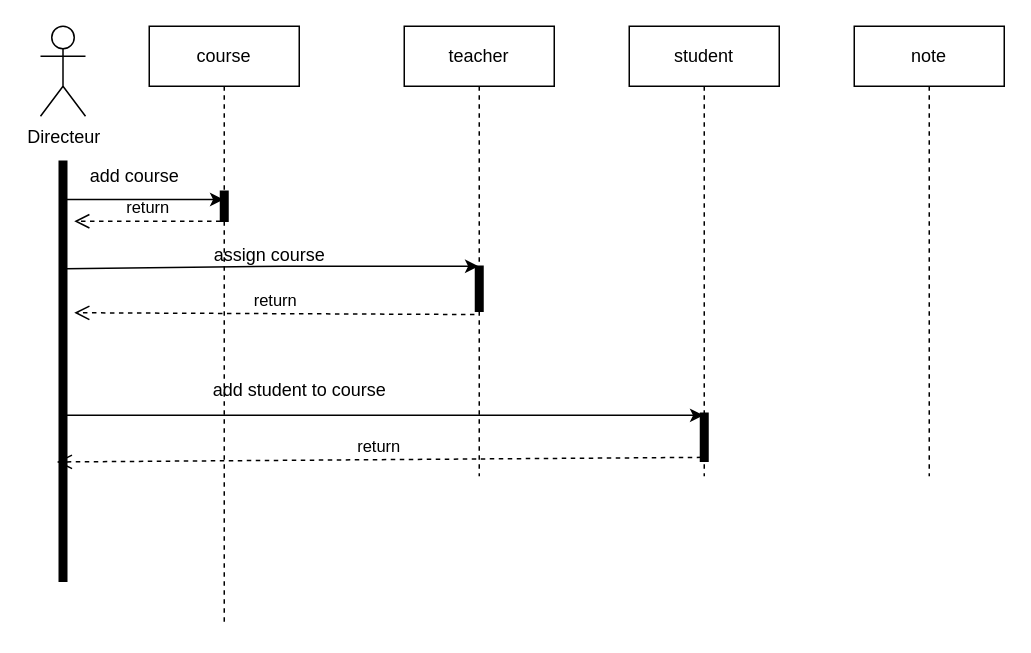
Above: diagramme(s) de séquences (de certains cas d'utilisation).drawio in johandeschamps/gestion_ecole (draw.io), before the change. Source tidied: cells renumbered, new cells numbered last; positions are measured from the earlier drawing's top-left corner, leaving out a move shared by most shapes. Both pictures are drawn from the tidied source at 150%, with x=0, y=0 at pixel (40, 26).
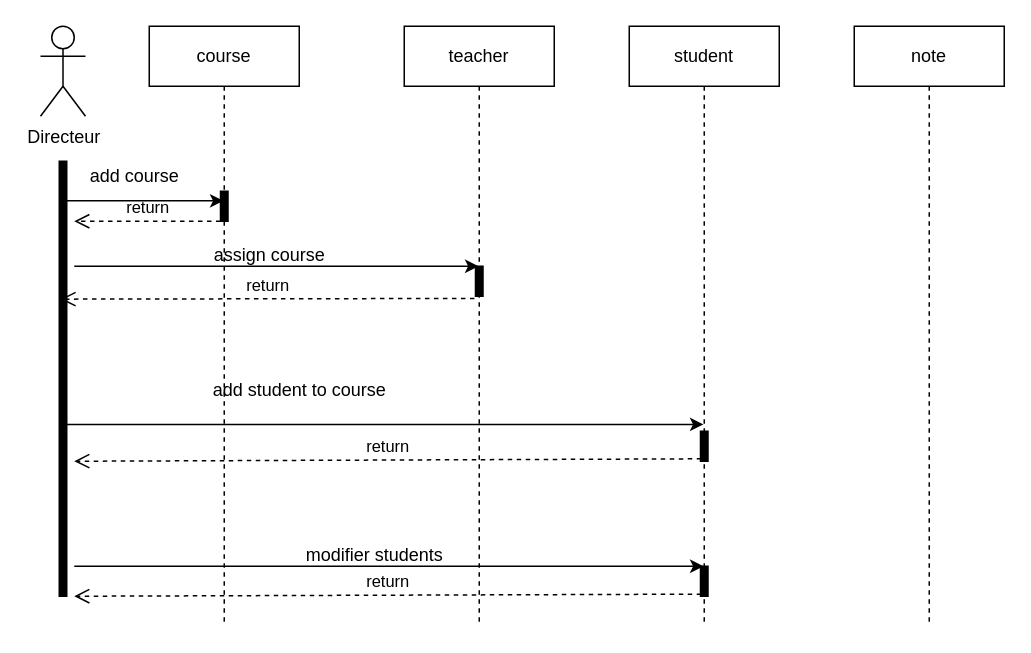
After the change.

Commit message:
Mettre à jour diagramme(s) de séquences (de certains cas d'utilisation).drawio

Change to the diagram source:
```diff
@@
     <mxCell id="4" value="teacher" style="shape=umlLifeline;perimeter=lifelinePerimeter;whiteSpace=wrap;html=1;outlineConnect=0;portConstraint=eastwest;newEdgeStyle={&quot;edgeStyle&quot;:&quot;elbowEdgeStyle&quot;,&quot;elbow&quot;:&quot;vertical&quot;,&quot;curved&quot;:0,&quot;rounded&quot;:0};" parent="1" vertex="1">
-      <mxGeometry x="242" width="100" height="300" as="geometry" />
+      <mxGeometry x="242" width="100" height="400" as="geometry" />
     </mxCell>
     <mxCell id="5" value="student" style="shape=umlLifeline;perimeter=lifelinePerimeter;whiteSpace=wrap;html=1;outlineConnect=0;portConstraint=eastwest;newEdgeStyle={&quot;edgeStyle&quot;:&quot;elbowEdgeStyle&quot;,&quot;elbow&quot;:&quot;vertical&quot;,&quot;curved&quot;:0,&quot;rounded&quot;:0};" parent="1" vertex="1">
-      <mxGeometry x="392" width="100" height="300" as="geometry" />
+      <mxGeometry x="392" width="100" height="400" as="geometry" />
     </mxCell>
     <mxCell id="6" value="note" style="shape=umlLifeline;perimeter=lifelinePerimeter;whiteSpace=wrap;html=1;newEdgeStyle={&quot;edgeStyle&quot;:&quot;elbowEdgeStyle&quot;,&quot;elbow&quot;:&quot;vertical&quot;,&quot;curved&quot;:0,&quot;rounded&quot;:0};" parent="1" vertex="1">
-      <mxGeometry x="542" width="100" height="300" as="geometry" />
+      <mxGeometry x="542" width="100" height="400" as="geometry" />
     </mxCell>
     <mxCell id="7" style="html=1;points=[];perimeter=orthogonalPerimeter;fillColor=strokeColor;" parent="1" vertex="1">
-      <mxGeometry x="12" y="90" width="5" height="280" as="geometry" />
+      <mxGeometry x="12" y="90" width="5" height="290" as="geometry" />
     </mxCell>
@@
-    <mxCell id="10" style="endArrow=classic;html=1;rounded=0;exitX=0.8;exitY=0.256;exitDx=0;exitDy=0;exitPerimeter=0;" parent="1" edge="1" source="7" target="4">
+    <mxCell id="10" style="endArrow=classic;html=1;rounded=0;" parent="1" edge="1" target="4">
       <mxGeometry relative="1" as="geometry">
+        <mxPoint x="22" y="160" as="sourcePoint" />
         <Array as="points">
           <mxPoint x="162" y="160" />
         </Array>
       </mxGeometry>
     </mxCell>
@@
     <mxCell id="12" style="html=1;points=[];perimeter=orthogonalPerimeter;fillColor=strokeColor;align=left;verticalAlign=top;spacingLeft=10;" parent="1" vertex="1">
-      <mxGeometry x="289.5" y="160" width="5" height="30" as="geometry" />
+      <mxGeometry x="289.5" y="160" width="5" height="20" as="geometry" />
     </mxCell>
@@
-    <mxCell id="14" value="return" style="endArrow=open;startArrow=none;endFill=0;startFill=0;endSize=8;html=1;verticalAlign=bottom;dashed=1;labelBackgroundColor=none;rounded=0;exitX=-0.14;exitY=1.073;exitDx=0;exitDy=0;exitPerimeter=0;" parent="1" edge="1" source="12">
-      <mxGeometry relative="1" as="geometry">
-        <mxPoint x="22" y="191" as="targetPoint" />
-      </mxGeometry>
+    <mxCell id="14" value="return" style="endArrow=open;startArrow=none;endFill=0;startFill=0;endSize=8;html=1;verticalAlign=bottom;dashed=1;labelBackgroundColor=none;rounded=0;exitX=-0.14;exitY=1.073;exitDx=0;exitDy=0;exitPerimeter=0;entryX=0.16;entryY=0.317;entryDx=0;entryDy=0;entryPerimeter=0;" parent="1" edge="1" source="12" target="7">
+      <mxGeometry relative="1" as="geometry" />
     </mxCell>
@@
     <mxCell id="19" style="html=1;points=[];perimeter=orthogonalPerimeter;fillColor=strokeColor;" parent="1" vertex="1">
-      <mxGeometry x="439.5" y="258" width="5" height="32" as="geometry" />
+      <mxGeometry x="439.5" y="270" width="5" height="20" as="geometry" />
     </mxCell>
-    <mxCell id="20" value="return" style="endArrow=open;startArrow=none;endFill=0;startFill=0;endSize=8;html=1;verticalAlign=bottom;dashed=1;labelBackgroundColor=none;rounded=0;entryX=-0.32;entryY=0.716;entryDx=0;entryDy=0;entryPerimeter=0;exitX=0.1;exitY=0.919;exitDx=0;exitDy=0;exitPerimeter=0;" parent="1" edge="1" source="19" target="7">
-      <mxGeometry relative="1" as="geometry" />
+    <mxCell id="20" value="return" style="endArrow=open;startArrow=none;endFill=0;startFill=0;endSize=8;html=1;verticalAlign=bottom;dashed=1;labelBackgroundColor=none;rounded=0;exitX=0.1;exitY=0.919;exitDx=0;exitDy=0;exitPerimeter=0;" parent="1" edge="1" source="19">
+      <mxGeometry relative="1" as="geometry">
+        <mxPoint x="22" y="290" as="targetPoint" />
+      </mxGeometry>
     </mxCell>
+    <mxCell id="21" style="endArrow=classic;html=1;rounded=0;" parent="1" edge="1" target="5">
+      <mxGeometry relative="1" as="geometry">
+        <mxPoint x="22" y="360" as="sourcePoint" />
+      </mxGeometry>
+    </mxCell>
+    <mxCell id="22" style="html=1;points=[];perimeter=orthogonalPerimeter;fillColor=strokeColor;" parent="1" vertex="1">
+      <mxGeometry x="439.5" y="360" width="5" height="20" as="geometry" />
+    </mxCell>
+    <mxCell id="23" value="return" style="endArrow=open;startArrow=none;endFill=0;startFill=0;endSize=8;html=1;verticalAlign=bottom;dashed=1;labelBackgroundColor=none;rounded=0;exitX=0.1;exitY=0.93;exitDx=0;exitDy=0;exitPerimeter=0;" parent="1" edge="1" source="22">
+      <mxGeometry relative="1" as="geometry">
+        <mxPoint x="22" y="380" as="targetPoint" />
+      </mxGeometry>
+    </mxCell>
+    <mxCell id="24" value="modifier students" style="text;html=1;align=center;verticalAlign=middle;strokeColor=none;fillColor=none;" parent="1" vertex="1">
+      <mxGeometry x="167" y="338" width="110" height="30" as="geometry" />
+    </mxCell>
```
